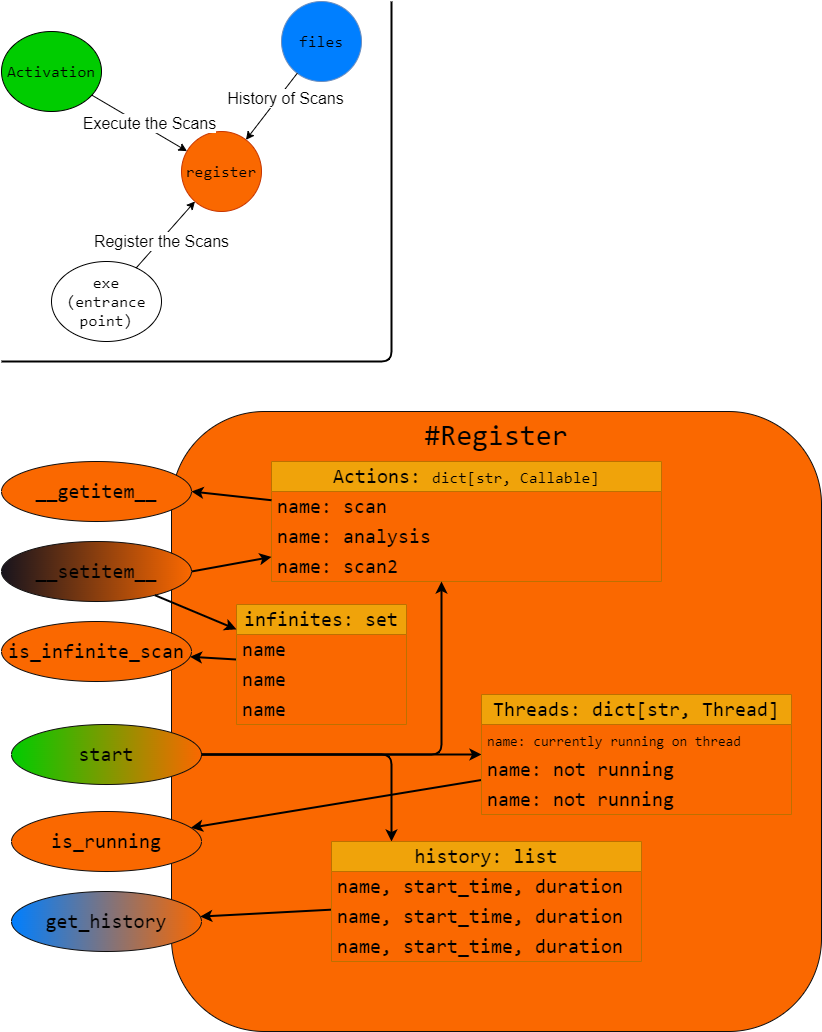
Above: Scanner/drawio-diagrams/done/register.png in ShZil/network-utilities (draw.io), before the change. Source tidied: cells renumbered, new cells last; positions are measured from the earlier drawing's top-left corner, leaving out a move shared by most shapes.
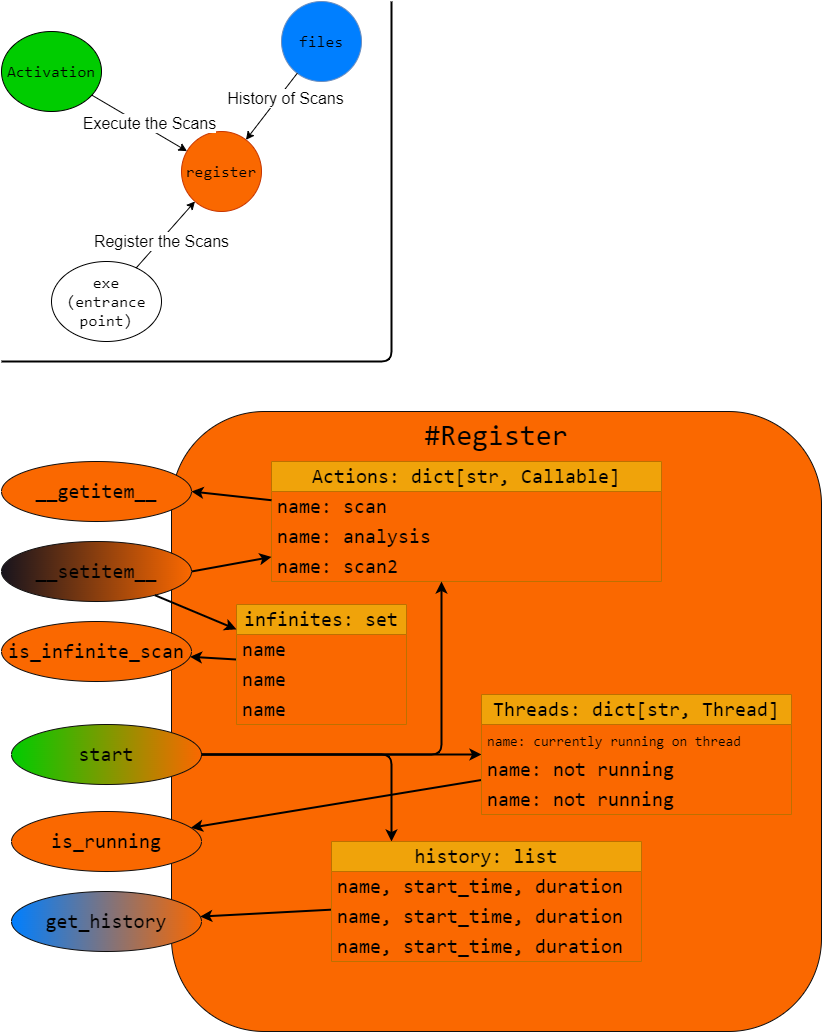
After the change.

What changed in the source:
```diff
@@ -42,7 +42,7 @@
     <mxCell id="11" value="#Register" style="rounded=1;whiteSpace=wrap;html=1;fillColor=#fa6800;fontSize=29;fontFamily=Consolas;verticalAlign=top;align=center;fontColor=#000000;strokeColor=#100f0f;" parent="1" vertex="1">
       <mxGeometry x="170" y="410" width="650" height="620" as="geometry" />
     </mxCell>
-    <mxCell id="12" value="Actions: &lt;font style=&quot;font-size: 16px;&quot;&gt;dict[str, Callable]&lt;/font&gt;" style="swimlane;fontStyle=0;horizontal=1;startSize=30;whiteSpace=wrap;html=1;strokeColor=#BD7000;fontFamily=Consolas;fontSize=20;fontColor=#000000;fillColor=#f0a30a;" parent="1" vertex="1">
+    <mxCell id="12" value="Actions: &lt;font style=&quot;font-size: 20px;&quot;&gt;dict[str, Callable]&lt;/font&gt;" style="swimlane;fontStyle=0;horizontal=1;startSize=30;whiteSpace=wrap;html=1;strokeColor=#BD7000;fontFamily=Consolas;fontSize=20;fontColor=#000000;fillColor=#f0a30a;" parent="1" vertex="1">
       <mxGeometry x="270" y="460" width="390" height="120" as="geometry" />
     </mxCell>
     <mxCell id="13" value="name: scan" style="text;strokeColor=none;fillColor=none;align=left;verticalAlign=middle;spacingLeft=4;spacingRight=4;overflow=hidden;whiteSpace=wrap;html=1;fontFamily=Consolas;fontSize=20;fontColor=#000000;" parent="12" vertex="1">
```
